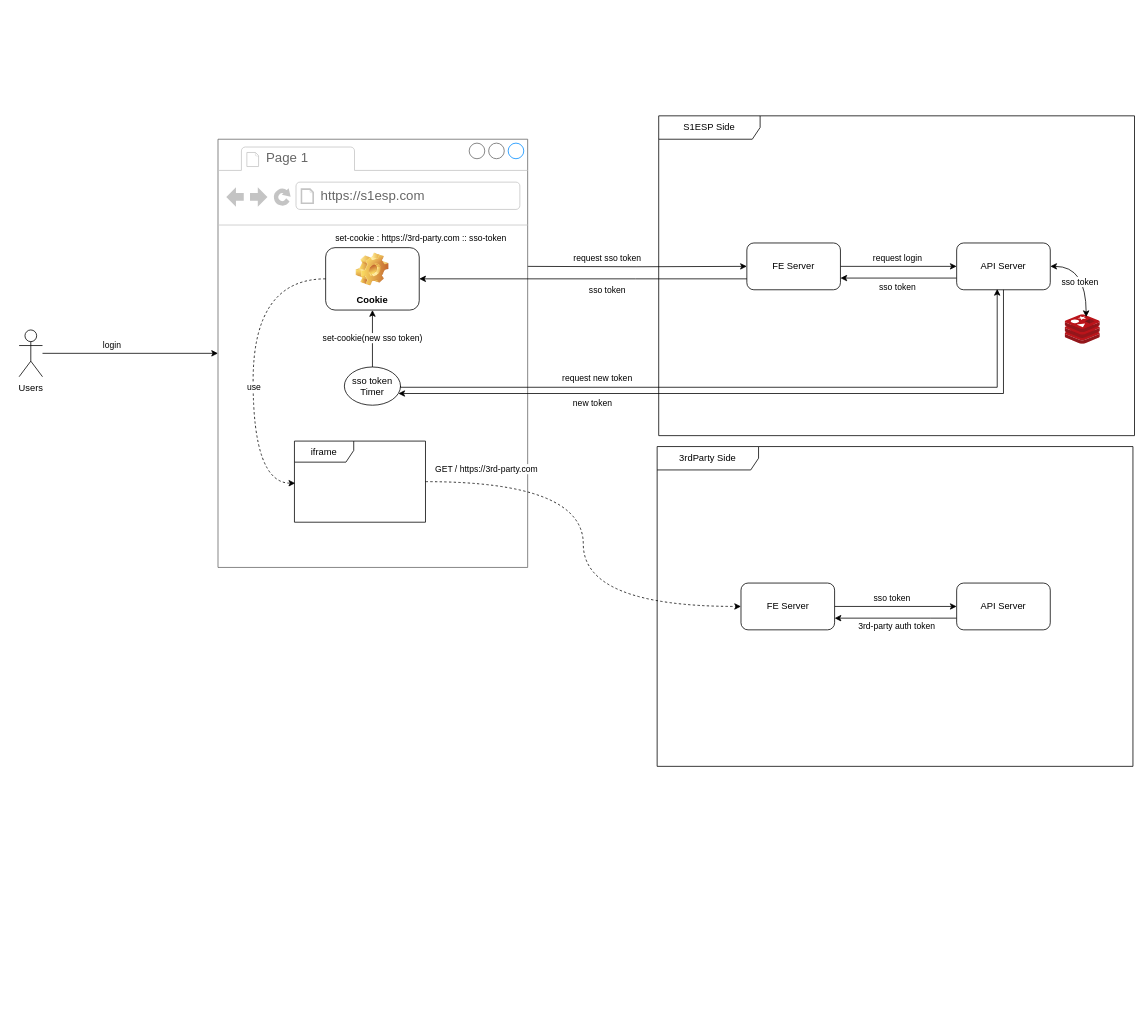
Earlier version of the draw.io diagram s1esp-sso.drawio (djcho/draw-io-repo). Source tidied: cells renumbered, new cells numbered last; positions are measured from the earlier drawing's top-left corner, leaving out a move shared by most shapes. Both pictures are drawn from the tidied source at 78%, with x=0, y=0 at pixel (19, 115).
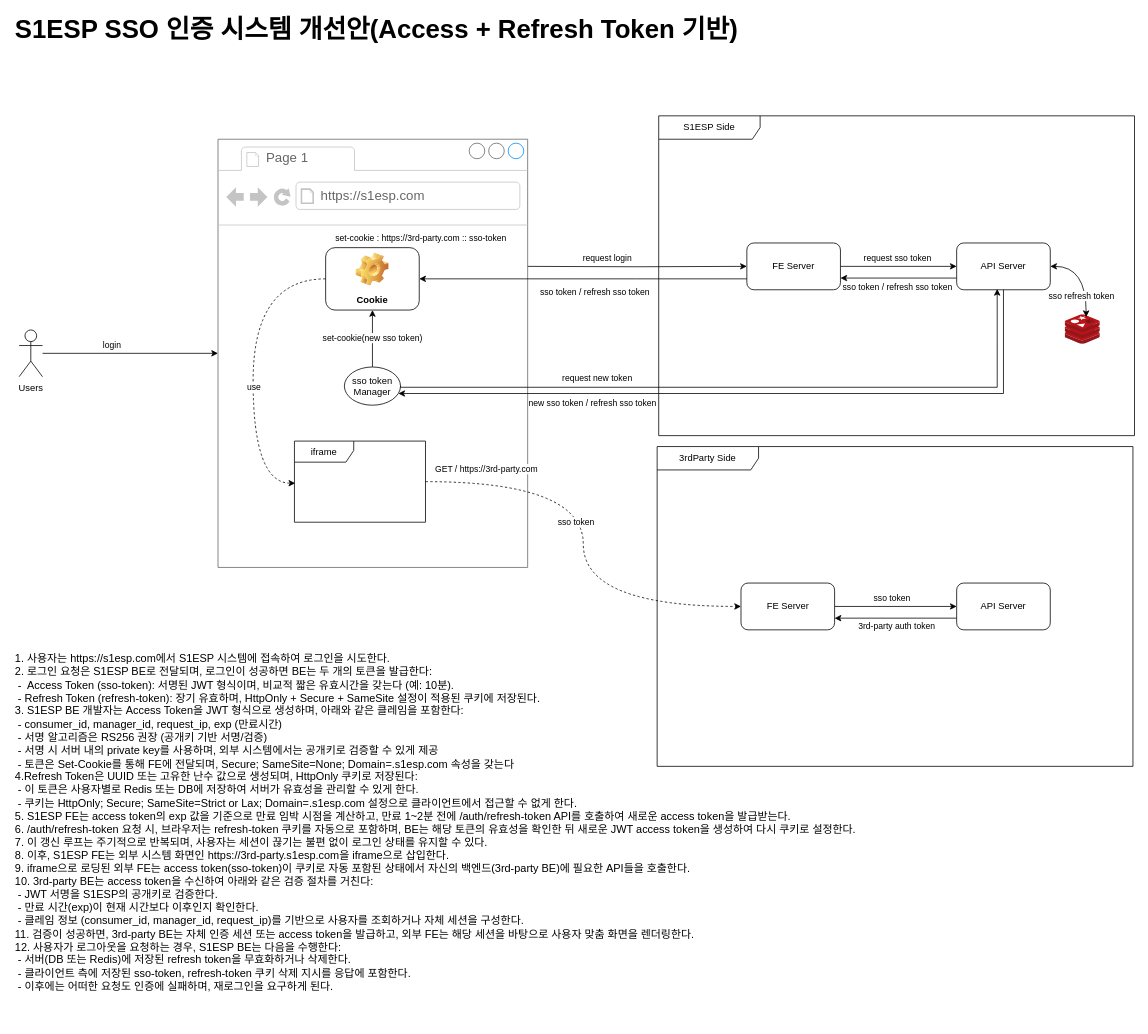
The same diagram, later.

The change refers to these unchanged cells:
```xml
<mxCell id="7" style="edgeStyle=orthogonalEdgeStyle;rounded=0;jettySize=auto;html=1;entryX=1;entryY=0.75;entryDx=0;entryDy=0;exitX=0;exitY=0.75;exitDx=0;exitDy=0;" parent="1" edge="1" source="9" target="12">
  <mxGeometry relative="1" as="geometry" />
</mxCell>
<mxCell id="10" style="edgeStyle=orthogonalEdgeStyle;rounded=0;jettySize=auto;html=1;" parent="1" edge="1" source="12" target="9">
  <mxGeometry relative="1" as="geometry" />
</mxCell>
<mxCell id="19" style="edgeStyle=orthogonalEdgeStyle;rounded=0;jettySize=auto;html=1;" parent="1" edge="1" target="12">
  <mxGeometry relative="1" as="geometry">
    <mxPoint x="648" y="193" as="sourcePoint" />
  </mxGeometry>
</mxCell>
<mxCell id="21" style="strokeWidth=1;shadow=0;dashed=0;align=center;html=1;shape=mxgraph.mockup.containers.browserWindow;rSize=0;strokeColor=#666666;strokeColor2=#008cff;strokeColor3=#c4c4c4;mainText=,;" parent="1" vertex="1">
  <mxGeometry x="255" y="30" width="397" height="549" as="geometry" />
</mxCell>
<mxCell id="31" style="edgeStyle=orthogonalEdgeStyle;rounded=0;jettySize=auto;html=1;entryX=1;entryY=0.5;entryDx=0;entryDy=0;" parent="1" edge="1" source="12" target="24">
  <mxGeometry relative="1" as="geometry">
    <Array as="points">
      <mxPoint x="790" y="209" />
      <mxPoint x="790" y="209" />
    </Array>
  </mxGeometry>
</mxCell>
<mxCell id="34" style="edgeStyle=orthogonalEdgeStyle;rounded=0;jettySize=auto;html=1;entryX=0;entryY=0.5;entryDx=0;entryDy=0;curved=1;dashed=1;" parent="1" edge="1" source="25" target="15">
  <mxGeometry relative="1" as="geometry" />
</mxCell>
<mxCell id="37" style="edgeStyle=orthogonalEdgeStyle;rounded=0;jettySize=auto;html=1;entryX=0.6;entryY=0.079;entryDx=0;entryDy=0;entryPerimeter=0;curved=1;startArrow=classic;startFill=1;" parent="1" edge="1" source="9" target="36">
  <mxGeometry relative="1" as="geometry" />
</mxCell>
<mxCell id="41" style="rounded=0;jettySize=auto;html=1;startArrow=classic;startFill=1;endArrow=none;edgeStyle=orthogonalEdgeStyle;entryX=0.5;entryY=1;entryDx=0;entryDy=0;" parent="1" edge="1" source="27" target="9">
  <mxGeometry relative="1" as="geometry">
    <Array as="points">
      <mxPoint x="1262" y="356" />
    </Array>
  </mxGeometry>
</mxCell>
```

The edit, as a diff of the source:
```diff
@@
-    <mxCell id="8" value="sso token" style="edgeLabel;html=1;align=center;verticalAlign=middle;" parent="7" vertex="1">
+    <mxCell id="8" value="sso token / refresh sso token" style="edgeLabel;html=1;align=center;verticalAlign=middle;" parent="7" vertex="1">
       <mxGeometry x="0.06" y="2" relative="1" as="geometry">
         <mxPoint x="2" y="9" as="offset" />
       </mxGeometry>
     </mxCell>
@@
-    <mxCell id="11" value="request login" style="edgeLabel;html=1;align=center;verticalAlign=middle;" parent="10" vertex="1">
+    <mxCell id="11" value="request sso token" style="edgeLabel;html=1;align=center;verticalAlign=middle;" parent="10" vertex="1">
       <mxGeometry x="-0.22" relative="1" as="geometry">
         <mxPoint x="14" y="-11" as="offset" />
       </mxGeometry>
     </mxCell>
@@
-    <mxCell id="20" value="request sso token" style="edgeLabel;html=1;align=center;verticalAlign=middle;" parent="19" vertex="1">
+    <mxCell id="20" value="request login" style="edgeLabel;html=1;align=center;verticalAlign=middle;" parent="19" vertex="1">
       <mxGeometry x="-0.12" relative="1" as="geometry">
         <mxPoint x="-20" y="-11" as="offset" />
       </mxGeometry>
     </mxCell>
@@
-    <mxCell id="27" value="sso token&lt;br&gt;Timer" style="ellipse;whiteSpace=wrap;html=1;" parent="21" vertex="1">
+    <mxCell id="27" value="sso token&lt;br&gt;Manager" style="ellipse;whiteSpace=wrap;html=1;" parent="21" vertex="1">
       <mxGeometry x="162" y="292" width="72" height="49" as="geometry" />
     </mxCell>
@@
-    <mxCell id="32" value="sso token" style="edgeLabel;html=1;align=center;verticalAlign=middle;" parent="31" vertex="1">
+    <mxCell id="32" value="sso token / refresh sso token" style="edgeLabel;html=1;align=center;verticalAlign=middle;" parent="31" vertex="1">
       <mxGeometry x="0.62" y="-1" relative="1" as="geometry">
-        <mxPoint x="160" y="14" as="offset" />
+        <mxPoint x="144" y="17" as="offset" />
       </mxGeometry>
     </mxCell>
@@
+    <mxCell id="43" value="sso token" style="edgeLabel;html=1;align=center;verticalAlign=middle;" parent="34" vertex="1">
+      <mxGeometry x="-0.1" y="-10" relative="1" as="geometry" />
+    </mxCell>
@@
-    <mxCell id="38" value="sso token" style="edgeLabel;html=1;align=center;verticalAlign=middle;" parent="37" vertex="1">
+    <mxCell id="38" value="sso refresh token" style="edgeLabel;html=1;align=center;verticalAlign=middle;" parent="37" vertex="1">
       <mxGeometry x="-0.44" y="-14" relative="1" as="geometry">
-        <mxPoint x="6" y="5" as="offset" />
+        <mxPoint x="8" y="23" as="offset" />
       </mxGeometry>
     </mxCell>
@@
-    <mxCell id="42" value="new token" style="edgeLabel;html=1;align=center;verticalAlign=middle;" parent="41" vertex="1">
+    <mxCell id="42" value="new sso token / refresh sso token" style="edgeLabel;html=1;align=center;verticalAlign=middle;" parent="41" vertex="1">
       <mxGeometry x="-0.22" y="-1" relative="1" as="geometry">
         <mxPoint x="-106" y="11" as="offset" />
       </mxGeometry>
     </mxCell>
+    <mxCell id="44" value="&lt;div&gt;&lt;font style=&quot;font-size: 14px;&quot;&gt;1. 사용자는 https://s1esp.com에서 S1ESP 시스템에 접속하여 로그인을 시도한다.&lt;/font&gt;&lt;/div&gt;&lt;div&gt;&lt;span style=&quot;white-space: normal;&quot;&gt;&lt;font style=&quot;font-size: 14px;&quot;&gt;2. 로그인 요청은 S1ESP BE로 전달되며, 로그인이 성공하면 BE는 두 개의 토큰을 발급한다:&lt;/font&gt;&lt;/span&gt;&lt;/div&gt;&lt;div&gt;&lt;span style=&quot;white-space: normal;&quot;&gt;&lt;font style=&quot;font-size: 14px;&quot;&gt;&amp;nbsp;-&amp;nbsp; Access Token (sso-token): 서명된 JWT 형식이며, 비교적 짧은 유효시간을 갖는다 (예: 10분).&lt;/font&gt;&lt;/span&gt;&lt;/div&gt;&lt;div&gt;&lt;span style=&quot;white-space: normal;&quot;&gt;&lt;font style=&quot;font-size: 14px;&quot;&gt;&amp;nbsp;- Refresh Token (refresh-token): 장기 유효하며, HttpOnly + Secure + SameSite 설정이 적용된 쿠키에 저장된다.&lt;/font&gt;&lt;/span&gt;&lt;/div&gt;&lt;div&gt;&lt;span style=&quot;white-space: normal;&quot;&gt;&lt;font style=&quot;font-size: 14px;&quot;&gt;3. S1ESP BE 개발자는 Access Token을 JWT 형식으로 생성하며, 아래와 같은 클레임을 포함한다:&lt;/font&gt;&lt;/span&gt;&lt;/div&gt;&lt;div&gt;&lt;span style=&quot;white-space: normal;&quot;&gt;&lt;font style=&quot;font-size: 14px;&quot;&gt;&amp;nbsp;- consumer_id, manager_id, request_ip, exp (만료시간)&lt;/font&gt;&lt;/span&gt;&lt;/div&gt;&lt;div&gt;&lt;span style=&quot;white-space: normal;&quot;&gt;&lt;font style=&quot;font-size: 14px;&quot;&gt;&amp;nbsp;-&amp;nbsp;서명 알고리즘은 RS256 권장 (공개키 기반 서명/검증)&lt;/font&gt;&lt;/span&gt;&lt;/div&gt;&lt;div&gt;&lt;span style=&quot;white-space: normal;&quot;&gt;&lt;font style=&quot;font-size: 14px;&quot;&gt;&amp;nbsp;-&amp;nbsp;서명 시 서버 내의 private key를 사용하며, 외부 시스템에서는 공개키로 검증할 수 있게 제공&lt;/font&gt;&lt;/span&gt;&lt;/div&gt;&lt;div&gt;&lt;span style=&quot;white-space: normal;&quot;&gt;&lt;font style=&quot;font-size: 14px;&quot;&gt;&amp;nbsp;-&amp;nbsp;토큰은 Set-Cookie를 통해 FE에 전달되며, Secure; SameSite=None; Domain=.s1esp.com 속성을 갖는다&lt;/font&gt;&lt;/span&gt;&lt;/div&gt;&lt;div&gt;&lt;span style=&quot;white-space: normal;&quot;&gt;&lt;font style=&quot;font-size: 14px;&quot;&gt;4.Refresh Token은 UUID 또는 고유한 난수 값으로 생성되며, HttpOnly 쿠키로 저장된다:&lt;/font&gt;&lt;/span&gt;&lt;/div&gt;&lt;div&gt;&lt;span style=&quot;white-space: normal;&quot;&gt;&lt;font style=&quot;font-size: 14px;&quot;&gt;&amp;nbsp;- 이 토큰은 사용자별로 Redis 또는 DB에 저장하여 서버가 유효성을 관리할 수 있게 한다.&lt;/font&gt;&lt;/span&gt;&lt;/div&gt;&lt;div&gt;&lt;span style=&quot;white-space: normal;&quot;&gt;&lt;font style=&quot;font-size: 14px;&quot;&gt;&amp;nbsp;-&amp;nbsp;쿠키는 HttpOnly; Secure; SameSite=Strict or Lax; Domain=.s1esp.com 설정으로 클라이언트에서 접근할 수 없게 한다.&lt;/font&gt;&lt;/span&gt;&lt;/div&gt;&lt;div&gt;&lt;font style=&quot;font-size: 14px;&quot;&gt;&lt;span style=&quot;white-space: normal;&quot;&gt;5. S1ESP FE는 access token의 exp 값을 기준으로 만료 임박 시점을 계산하고,&amp;nbsp;&lt;/span&gt;&lt;span style=&quot;background-color: transparent; color: light-dark(rgb(0, 0, 0), rgb(255, 255, 255));&quot;&gt;만료 1~2분 전에 /auth/refresh-token API를 호출하여 새로운 access token을 발급받는다.&lt;/span&gt;&lt;/font&gt;&lt;/div&gt;&lt;div&gt;&lt;font style=&quot;font-size: 14px;&quot;&gt;&lt;span style=&quot;white-space: normal;&quot;&gt;6. /auth/refresh-token 요청 시, 브라우저는 refresh-token 쿠키를 자동으로 포함하며,&amp;nbsp;&lt;/span&gt;&lt;span style=&quot;background-color: transparent; color: light-dark(rgb(0, 0, 0), rgb(255, 255, 255));&quot;&gt;BE는 해당 토큰의 유효성을 확인한 뒤 새로운 JWT access token을 생성하여 다시 쿠키로 설정한다.&lt;/span&gt;&lt;/font&gt;&lt;/div&gt;&lt;div&gt;&lt;span style=&quot;white-space: normal;&quot;&gt;&lt;font style=&quot;font-size: 14px;&quot;&gt;7. 이 갱신 루프는 주기적으로 반복되며, 사용자는 세션이 끊기는 불편 없이 로그인 상태를 유지할 수 있다.&lt;/font&gt;&lt;/span&gt;&lt;/div&gt;&lt;div&gt;&lt;span style=&quot;white-space: normal;&quot;&gt;&lt;font style=&quot;font-size: 14px;&quot;&gt;8. 이후, S1ESP FE는 외부 시스템 화면인 https://3rd-party.s1esp.com을 iframe으로 삽입한다.&lt;/font&gt;&lt;/span&gt;&lt;/div&gt;&lt;div&gt;&lt;font style=&quot;font-size: 14px;&quot;&gt;&lt;span style=&quot;white-space: normal;&quot;&gt;9. iframe으로 로딩된 외부 FE는 access token(sso-token)이 쿠키로 자동 포함된 상태에서&amp;nbsp;&lt;/span&gt;&lt;span style=&quot;background-color: transparent; color: light-dark(rgb(0, 0, 0), rgb(255, 255, 255));&quot;&gt;자신의 백엔드(3rd-party BE)에 필요한 API들을 호출한다.&lt;/span&gt;&lt;/font&gt;&lt;/div&gt;&lt;div&gt;&lt;span style=&quot;white-space: normal;&quot;&gt;&lt;font style=&quot;font-size: 14px;&quot;&gt;10. 3rd-party BE는 access token을 수신하여 아래와 같은 검증 절차를 거친다:&lt;/font&gt;&lt;/span&gt;&lt;/div&gt;&lt;div&gt;&lt;span style=&quot;white-space: normal;&quot;&gt;&lt;font style=&quot;font-size: 14px;&quot;&gt;&amp;nbsp;- JWT 서명을 S1ESP의 공개키로 검증한다.&lt;/font&gt;&lt;/span&gt;&lt;/div&gt;&lt;div&gt;&lt;span style=&quot;white-space: normal;&quot;&gt;&lt;font style=&quot;font-size: 14px;&quot;&gt;&amp;nbsp;-&amp;nbsp;만료 시간(exp)이 현재 시간보다 이후인지 확인한다.&lt;/font&gt;&lt;/span&gt;&lt;/div&gt;&lt;div&gt;&lt;span style=&quot;white-space: normal;&quot;&gt;&lt;font style=&quot;font-size: 14px;&quot;&gt;&amp;nbsp;- 클레임 정보 (consumer_id, manager_id, request_ip)를 기반으로 사용자를 조회하거나 자체 세션을 구성한다.&lt;/font&gt;&lt;/span&gt;&lt;/div&gt;&lt;div&gt;&lt;font style=&quot;font-size: 14px;&quot;&gt;&lt;span style=&quot;white-space: normal;&quot;&gt;11. 검증이 성공하면, 3rd-party BE는 자체 인증 세션 또는 access token을 발급하고,&amp;nbsp;&lt;/span&gt;&lt;span style=&quot;background-color: transparent; color: light-dark(rgb(0, 0, 0), rgb(255, 255, 255));&quot;&gt;외부 FE는 해당 세션을 바탕으로 사용자 맞춤 화면을 렌더링한다.&lt;/span&gt;&lt;/font&gt;&lt;/div&gt;&lt;div&gt;&lt;span style=&quot;white-space: normal;&quot;&gt;&lt;font style=&quot;font-size: 14px;&quot;&gt;12. 사용자가 로그아웃을 요청하는 경우, S1ESP BE는 다음을 수행한다:&lt;/font&gt;&lt;/span&gt;&lt;/div&gt;&lt;div&gt;&lt;span style=&quot;white-space: normal;&quot;&gt;&lt;font style=&quot;font-size: 14px;&quot;&gt;&amp;nbsp;- 서버(DB 또는 Redis)에 저장된 refresh token을 무효화하거나 삭제한다.&lt;/font&gt;&lt;/span&gt;&lt;/div&gt;&lt;div&gt;&lt;span style=&quot;white-space: normal;&quot;&gt;&lt;font style=&quot;font-size: 14px;&quot;&gt;&amp;nbsp;-&amp;nbsp;클라이언트 측에 저장된 sso-token, refresh-token 쿠키 삭제 지시를 응답에 포함한다.&lt;/font&gt;&lt;/span&gt;&lt;/div&gt;&lt;div&gt;&lt;span style=&quot;white-space: normal;&quot;&gt;&lt;font style=&quot;font-size: 14px;&quot;&gt;&amp;nbsp;-&amp;nbsp;이후에는 어떠한 요청도 인증에 실패하며, 재로그인을 요구하게 된다.&lt;/font&gt;&lt;/span&gt;&lt;/div&gt;" style="text;html=1;align=left;verticalAlign=middle;whiteSpace=wrap;rounded=0;spacing=2;" parent="1" vertex="1">
+      <mxGeometry x="-7" y="651" width="1083" height="509" as="geometry" />
+    </mxCell>
+    <mxCell id="45" value="&lt;font style=&quot;font-size: 33px;&quot;&gt;S1ESP SSO 인증 시스템 개선안(Access + Refresh Token 기반)&lt;/font&gt;" style="text;strokeColor=none;fillColor=none;html=1;fontSize=24;fontStyle=1;verticalAlign=middle;align=left;" parent="1" vertex="1">
+      <mxGeometry x="-7" y="-131" width="744" height="40" as="geometry" />
+    </mxCell>
```
